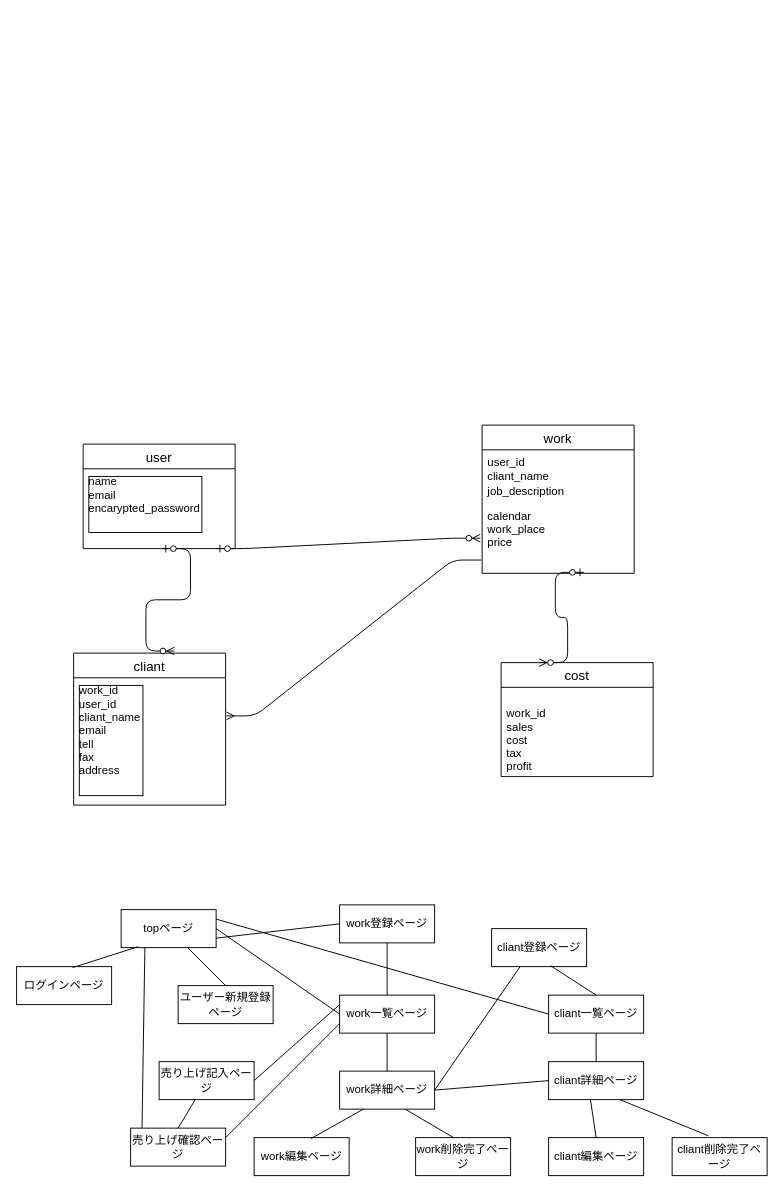
Before: rakuyan.dio in rikumia/rakuyan, a draw.io diagram. Source tidied: cells renumbered, new cells numbered last; positions are measured from the earlier drawing's top-left corner, leaving out a move shared by most shapes. Both pictures are drawn from the tidied source at 95%, with x=0, y=0 at pixel (16, 425).
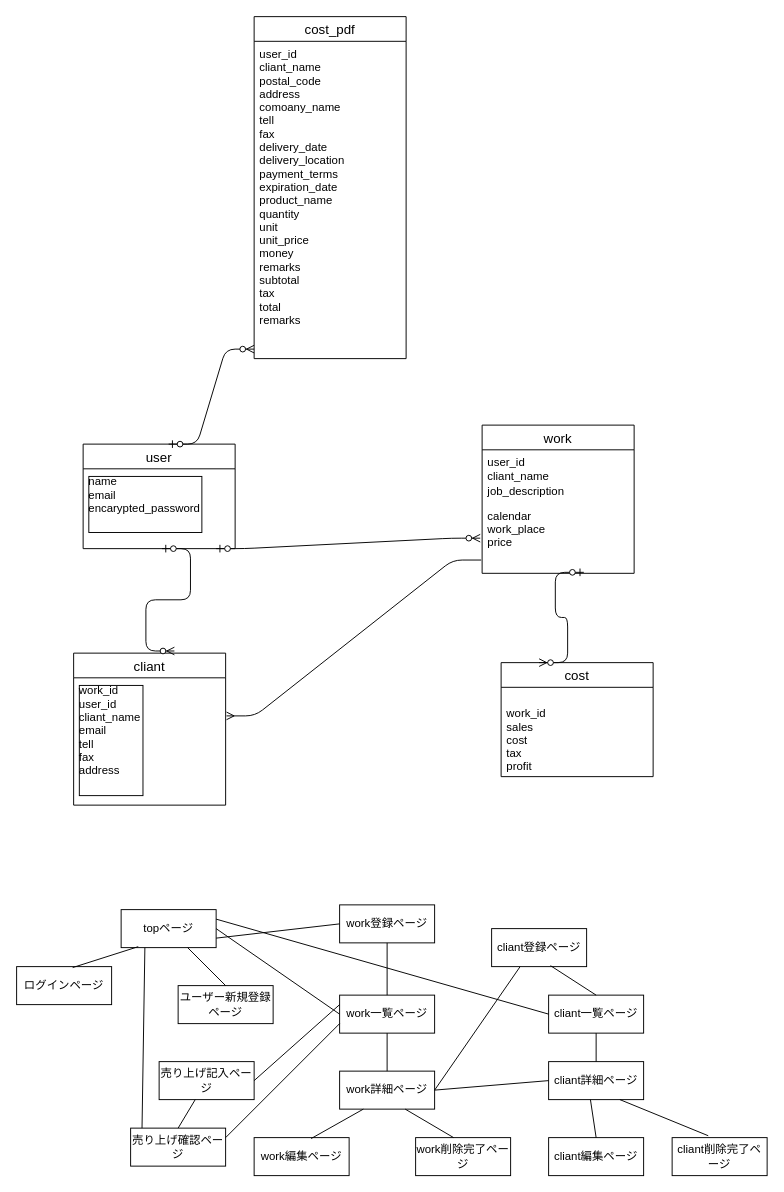
The same diagram, later.

What changed in the source:
```diff
@@
+    <mxCell id="50" value="cost_pdf" style="swimlane;fontStyle=0;horizontal=1;startSize=26;align=center;fontSize=14;" parent="1" vertex="1">
+      <mxGeometry x="250" y="-430" width="160" height="360" as="geometry" />
+    </mxCell>
+    <mxCell id="51" value="user_id&#10;cliant_name&#10;postal_code&#10;address&#10;comoany_name&#10;tell&#10;fax&#10;delivery_date&#10;delivery_location&#10;payment_terms&#10;expiration_date&#10;product_name&#10;quantity&#10;unit&#10;unit_price&#10;money&#10;remarks&#10;subtotal&#10;tax&#10;total&#10;remarks&#10;&#10;" style="text;strokeColor=none;fillColor=none;spacingLeft=4;spacingRight=4;overflow=hidden;fontSize=12;" parent="50" vertex="1">
+      <mxGeometry y="26" width="160" height="334" as="geometry" />
+    </mxCell>
+    <mxCell id="52" style="edgeStyle=entityRelationEdgeStyle;fontSize=12;html=1;endArrow=ERzeroToMany;startArrow=ERzeroToOne;" parent="1" edge="1">
+      <mxGeometry relative="1" as="geometry">
+        <mxPoint x="160" y="20" as="sourcePoint" />
+        <mxPoint x="250" y="-80" as="targetPoint" />
+      </mxGeometry>
+    </mxCell>
```
